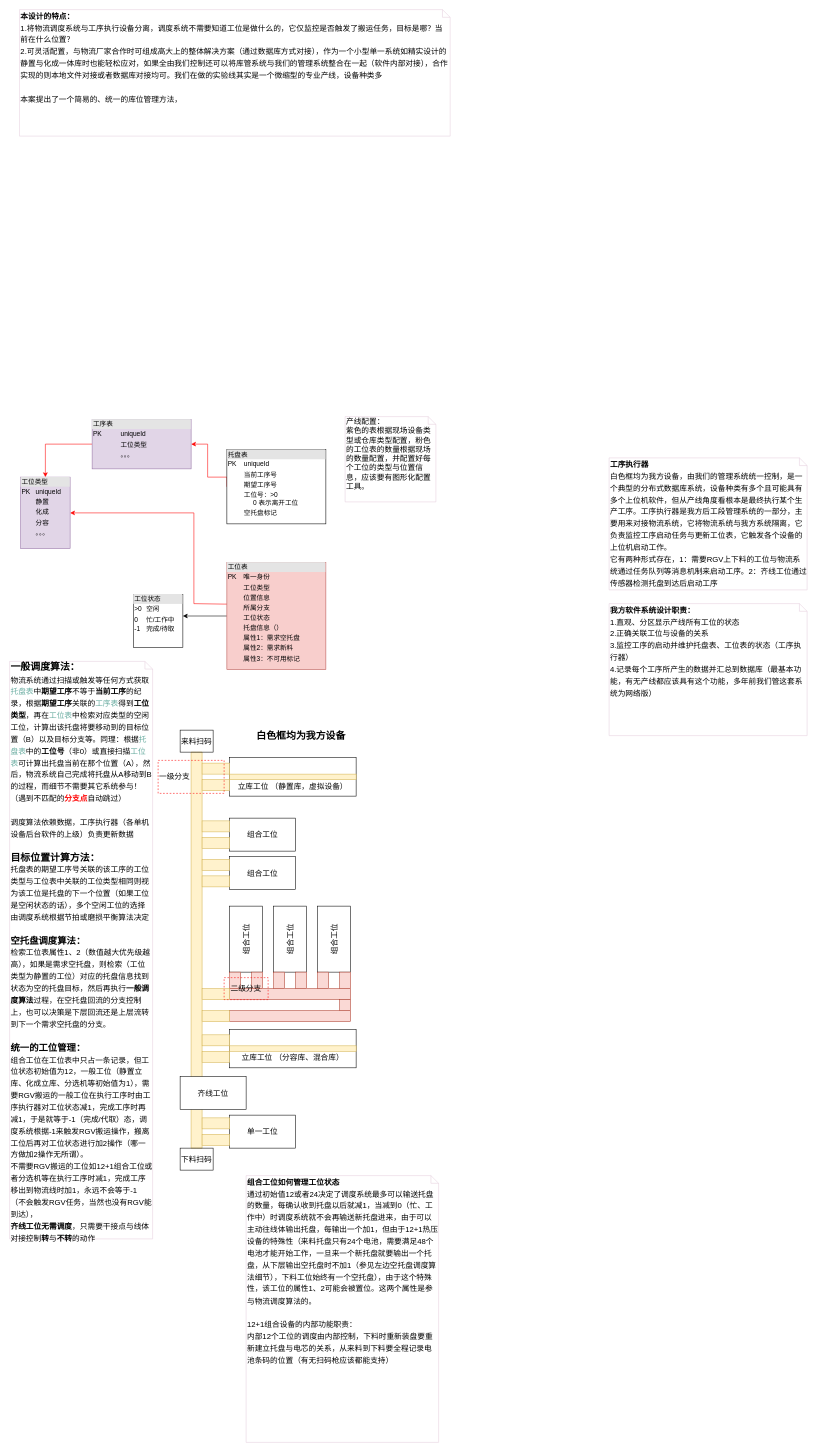
Before: page "第 2 页" (2 of 2) of 未命名表单.drawio in samos2011/drawio, a draw.io diagram. Source tidied: cells renumbered, new cells numbered last; positions are measured from the earlier drawing's top-left corner, leaving out a move shared by most shapes. Both pictures are drawn from the tidied source at 55%, with x=0, y=0 at pixel (9, 9).
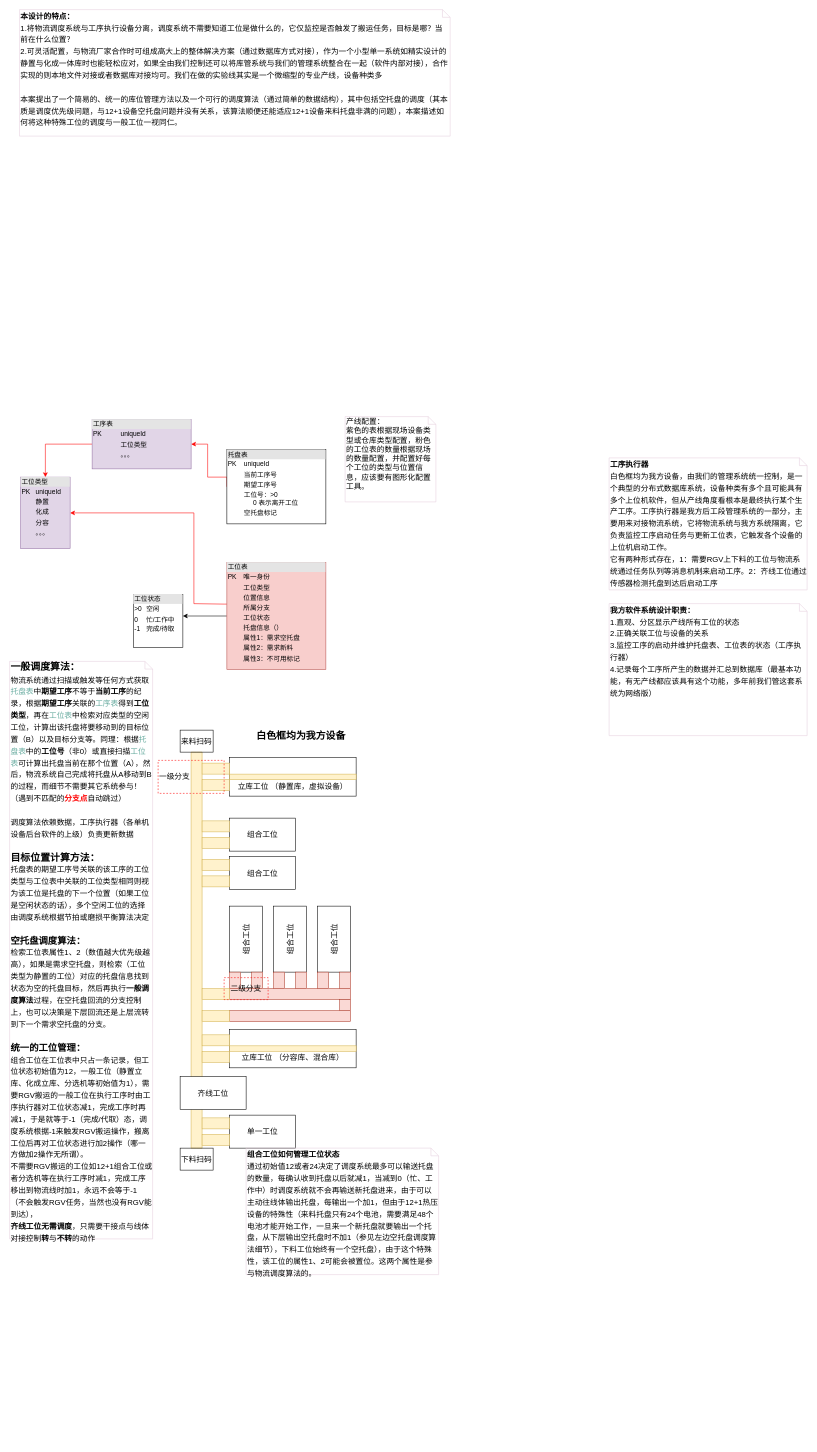
The same page after the edit.

Commit message (it also covers changes not shown here):
更新未命名表单.drawio

The edit, as a diff of the source:
```diff
@@
-    <mxCell id="47" value="&lt;span style=&quot;font-size: 14px&quot;&gt;&lt;b&gt;组合工位如何管理工位状态&lt;br&gt;&lt;/b&gt;通过初始值12或者24决定了调度系统最多可以输送托盘的数量，每确认收到托盘以后就减1，当减到0（忙、工作中）时调度系统就不会再输送新托盘进来，由于可以主动往线体输出托盘，每输出一个加1，但由于12+1热压设备的特殊性（来料托盘只有24个电池，需要满足48个电池才能开始工作，一旦来一个新托盘就要输出一个托盘，从下层输出空托盘时不加1（参见左边空托盘调度算法细节），下料工位始终有一个空托盘），由于这个特殊性，该工位的属性1、2可能会被置位。这两个属性是参与物流调度算法的。&lt;br&gt;&lt;br&gt;12+1组合设备的内部功能职责：&lt;br&gt;内部12个工位的调度由内部控制，下料时重新装盘要重新建立托盘与电芯的关系，从来料到下料要全程记录电池条码的位置（有无扫码枪应该都能支持）&lt;br&gt;&lt;/span&gt;" style="shape=note;whiteSpace=wrap;html=1;size=14;verticalAlign=top;align=left;spacingTop=-6;rounded=0;shadow=0;dashed=0;labelBackgroundColor=none;strokeColor=#E6D0DE;fillColor=none;fontSize=18;" parent="1" vertex="1">
-      <mxGeometry x="430" y="2120" width="350" height="485" as="geometry" />
+    <mxCell id="47" value="&lt;span style=&quot;font-size: 14px&quot;&gt;&lt;b&gt;组合工位如何管理工位状态&lt;br&gt;&lt;/b&gt;通过初始值12或者24决定了调度系统最多可以输送托盘的数量，每确认收到托盘以后就减1，当减到0（忙、工作中）时调度系统就不会再输送新托盘进来，由于可以主动往线体输出托盘，每输出一个加1，但由于12+1热压设备的特殊性（来料托盘只有24个电池，需要满足48个电池才能开始工作，一旦来一个新托盘就要输出一个托盘，从下层输出空托盘时不加1（参见左边空托盘调度算法细节），下料工位始终有一个空托盘），由于这个特殊性，该工位的属性1、2可能会被置位。这两个属性是参与物流调度算法的。&lt;br&gt;&lt;/span&gt;" style="shape=note;whiteSpace=wrap;html=1;size=14;verticalAlign=top;align=left;spacingTop=-6;rounded=0;shadow=0;dashed=0;labelBackgroundColor=none;strokeColor=#E6D0DE;fillColor=none;fontSize=18;" parent="1" vertex="1">
+      <mxGeometry x="430" y="2070" width="350" height="230" as="geometry" />
     </mxCell>
-    <mxCell id="48" value="&lt;span style=&quot;font-size: 14px&quot;&gt;&lt;b&gt;本设计的特点：&lt;br&gt;&lt;/b&gt;1.将物流调度系统与工序执行设备分离，调度系统不需要知道工位是做什么的，它仅监控是否触发了搬运任务，目标是哪？当前在什么位置？&lt;br&gt;2.可灵活配置，与物流厂家合作时可组成高大上的整体解决方案（通过数据库方式对接），作为一个小型单一系统如精实设计的静置与化成一体库时也能轻松应对，如果全由我们控制还可以将库管系统与我们的管理系统整合在一起（软件内部对接），合作实现的则本地文件对接或者数据库对接均可。我们在做的实验线其实是一个微缩型的专业产线，设备种类多&lt;br&gt;&lt;br&gt;本案提出了一个简易的、统一的库位管理方法，&lt;br&gt;&lt;br&gt;&lt;/span&gt;" style="shape=note;whiteSpace=wrap;html=1;size=14;verticalAlign=top;align=left;spacingTop=-6;rounded=0;shadow=0;dashed=0;labelBackgroundColor=none;strokeColor=#E6D0DE;fillColor=none;fontSize=18;" parent="1" vertex="1">
+    <mxCell id="48" value="&lt;span style=&quot;font-size: 14px&quot;&gt;&lt;b&gt;本设计的特点：&lt;br&gt;&lt;/b&gt;1.将物流调度系统与工序执行设备分离，调度系统不需要知道工位是做什么的，它仅监控是否触发了搬运任务，目标是哪？当前在什么位置？&lt;br&gt;2.可灵活配置，与物流厂家合作时可组成高大上的整体解决方案（通过数据库方式对接），作为一个小型单一系统如精实设计的静置与化成一体库时也能轻松应对，如果全由我们控制还可以将库管系统与我们的管理系统整合在一起（软件内部对接），合作实现的则本地文件对接或者数据库对接均可。我们在做的实验线其实是一个微缩型的专业产线，设备种类多&lt;br&gt;&lt;br&gt;本案提出了一个简易的、统一的库位管理方法以及一个可行的调度算法（通过简单的数据结构），其中包括空托盘的调度（其本质是调度优先级问题，与12+1设备空托盘问题并没有关系，该算法顺便还能适应12+1设备来料托盘非满的问题），本案描述如何将这种特殊工位的调度与一般工位一视同仁。&lt;br&gt;&lt;br&gt;&lt;/span&gt;" style="shape=note;whiteSpace=wrap;html=1;size=14;verticalAlign=top;align=left;spacingTop=-6;rounded=0;shadow=0;dashed=0;labelBackgroundColor=none;strokeColor=#E6D0DE;fillColor=none;fontSize=18;" parent="1" vertex="1">
       <mxGeometry x="18" width="783" height="230" as="geometry" />
     </mxCell>
```
